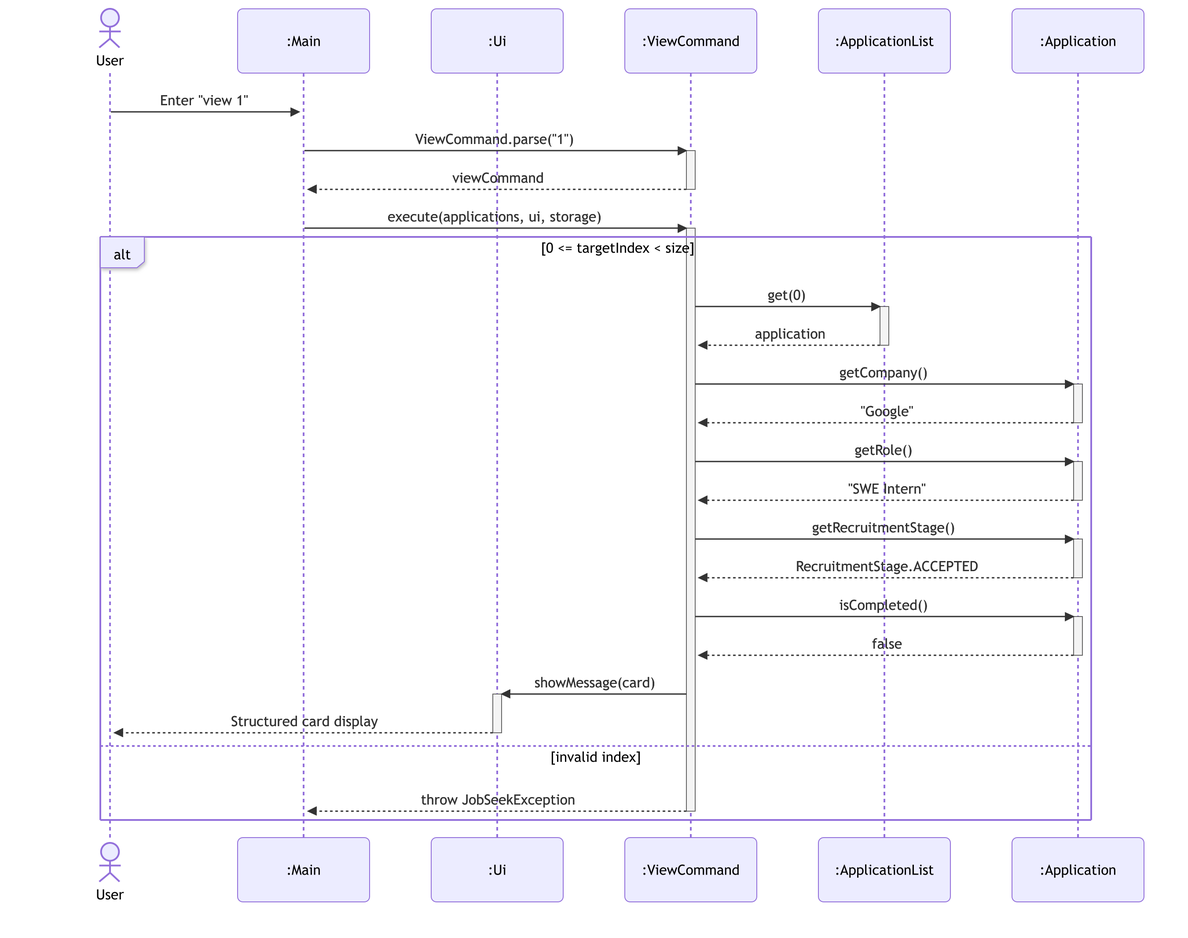
Before: docs/diagrams/view-application-sequence.png, a diagram exported from Mermaid (AY2627S1-CS2113-T10-2/tp). Its source is kept beside it as docs/diagrams/sources/view-application-sequence.mmd.
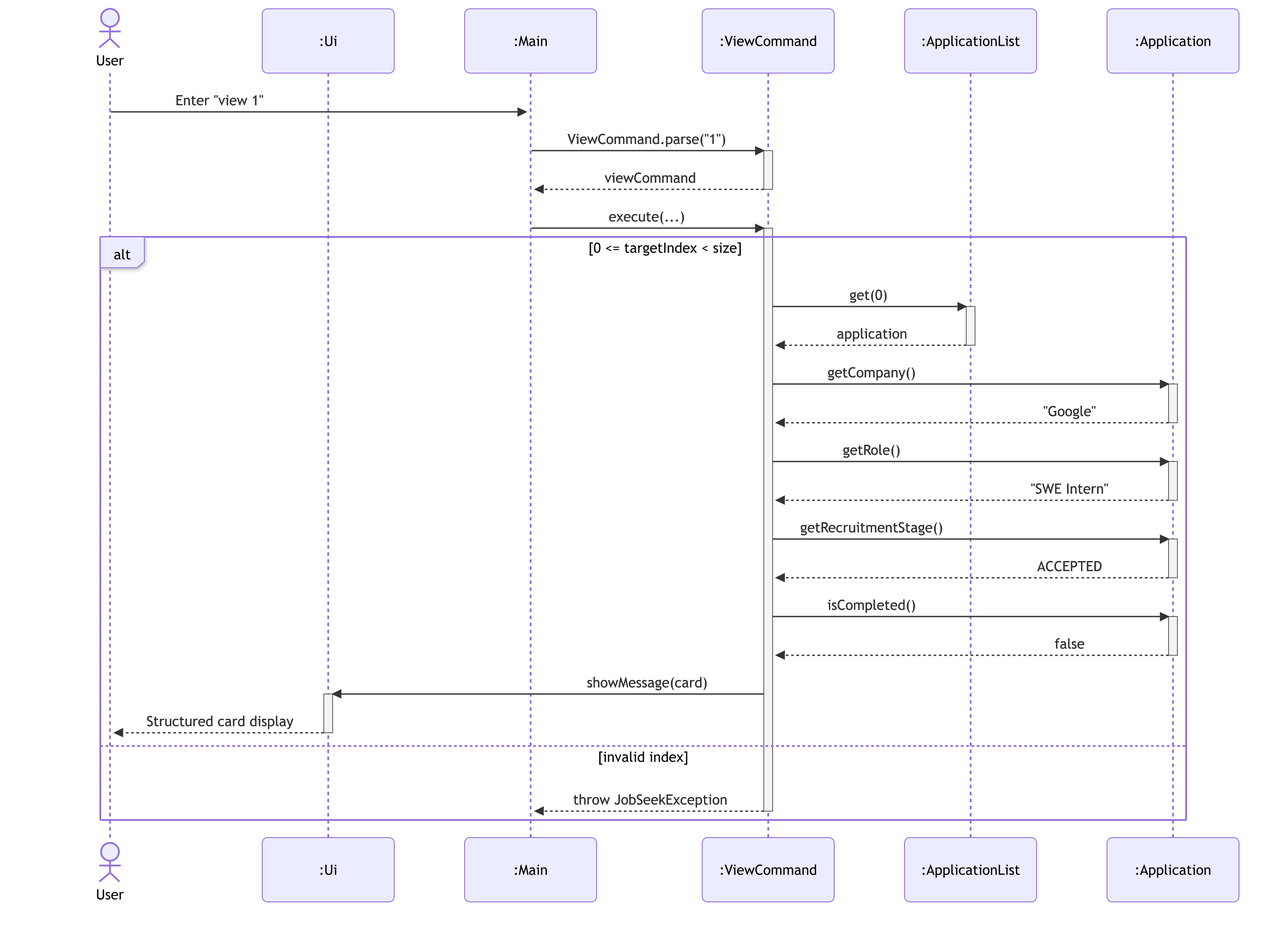
After the change.

Change to the diagram source:
```diff
@@ -1,8 +1,9 @@
-%%{init: {'theme': 'default', 'sequence': {'actorMargin': 70, 'messageMargin': 45}}}%%
+%%{init: {'theme': 'default', 'sequence': {'actorMargin': 85, 'messageMargin': 45}}}%%
+%%{init: {'theme': 'default', 'sequence': {'actorMargin': 80, 'messageMargin': 45}}}%%
 sequenceDiagram
     actor user as User
+    participant ui as :Ui
     participant main as :Main
-    participant ui as :Ui
     participant cmd as :ViewCommand
     participant list as :ApplicationList
     participant app as :Application
@@ -12,7 +13,7 @@
     activate cmd
     cmd-->>main: viewCommand
     deactivate cmd
-    main->>cmd: execute(applications, ui, storage)
+    main->>cmd: execute(...)
     activate cmd
 
     alt 0 <= targetIndex < size
@@ -30,7 +31,7 @@
         deactivate app
         cmd->>app: getRecruitmentStage()
         activate app
-        app-->>cmd: RecruitmentStage.ACCEPTED
+        app-->>cmd: ACCEPTED
         deactivate app
         cmd->>app: isCompleted()
         activate app
```
